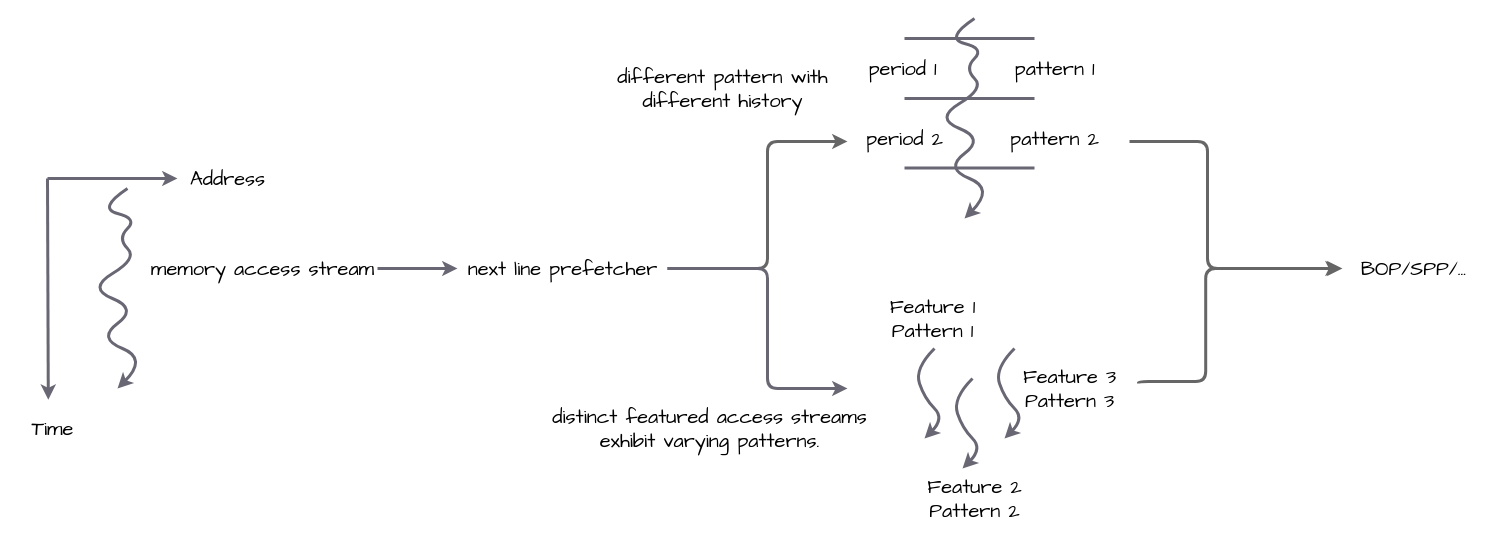
Above: page "Page-6" (6 of 6) of ampm.drawio in miaochenlu/Draw (draw.io), before the change. Source tidied: cells renumbered, new cells numbered last; positions are measured from the earlier drawing's top-left corner, leaving out a move shared by most shapes. Both pictures are drawn from the tidied source at 100%, with x=0, y=0 at pixel (17, 18).
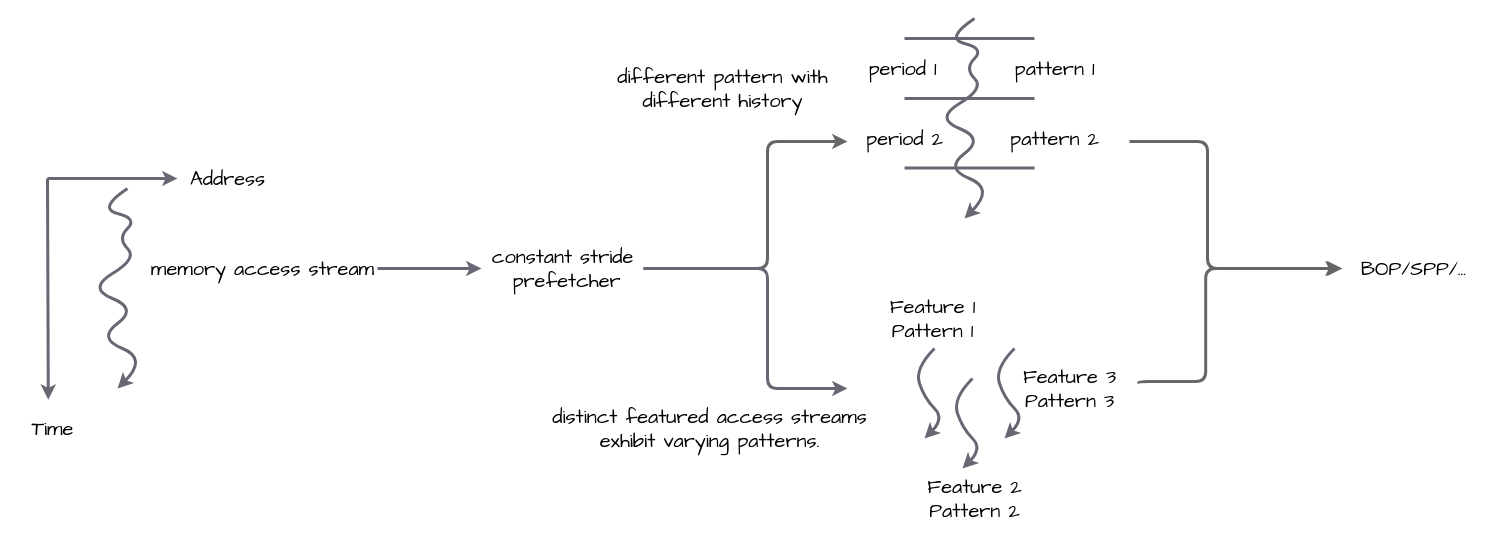
After the change.

Diff of the diagram source:
```diff
@@
-    <mxCell id="25" value="next line prefetcher" style="text;html=1;align=center;verticalAlign=middle;points=[];strokeColor=none;fillColor=none;fontSize=20;fontFamily=Comic Sans MS;" parent="1" vertex="1">
-      <mxGeometry x="440" y="230" width="210" height="40" as="geometry" />
+    <mxCell id="25" value="constant stride&lt;br&gt;&amp;nbsp;prefetcher" style="text;html=1;align=center;verticalAlign=middle;points=[];strokeColor=none;fillColor=none;fontSize=20;fontFamily=Comic Sans MS;" parent="1" vertex="1">
+      <mxGeometry x="464" y="220" width="162" height="60" as="geometry" />
     </mxCell>
```
